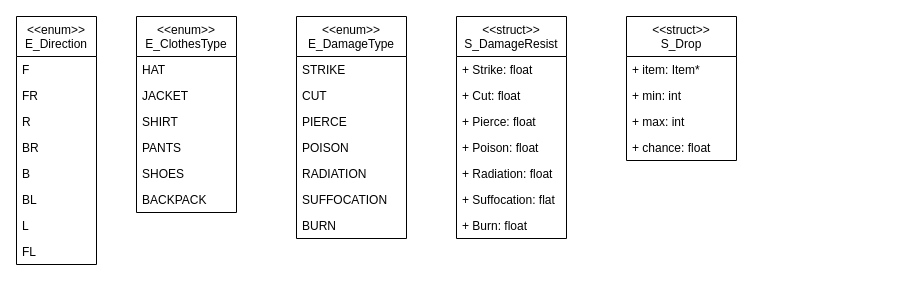
sqrt-of-minus-one/After_0 keeps this draw.io diagram as page "Structs & Enums" (2 of 3) of Classes.drawio. Above is the earlier version. Source tidied: cells renumbered, new cells numbered last; positions are measured from the earlier drawing's top-left corner, leaving out a move shared by most shapes. Both pictures are drawn from the tidied source at 100%, with x=0, y=0 at pixel (16, 16).
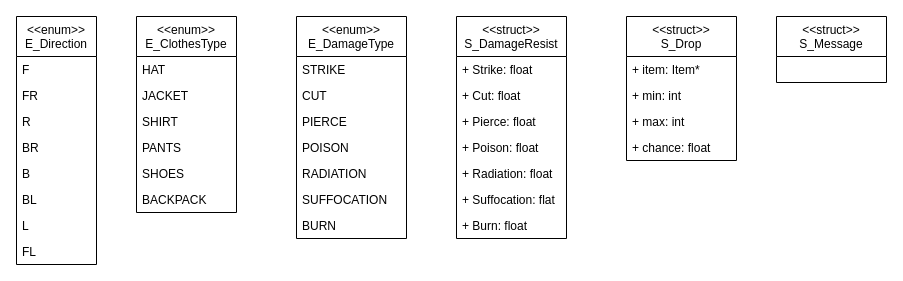
The same diagram, later.

What changed in the source:
```diff
@@
+    <mxCell id="39" value="&lt;&lt;struct&gt;&gt;&#10;S_Message" style="swimlane;fontStyle=0;horizontal=1;startSize=40;fillColor=none;" parent="1" vertex="1">
+      <mxGeometry x="760" width="110" height="66" as="geometry" />
+    </mxCell>
```
